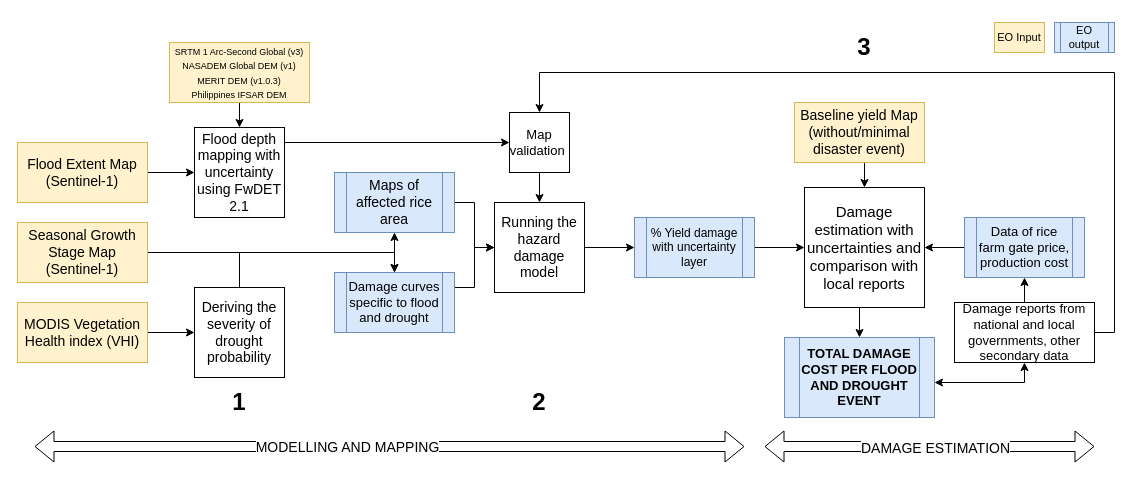
The draw.io diagram fd.drawio in arnanaraza/diagrams, before the edit. Source tidied: cells renumbered, new cells numbered last; positions are measured from the earlier drawing's top-left corner, leaving out a move shared by most shapes. Both pictures are drawn from the tidied source at 100%, with x=0, y=0 at pixel (17, 22).
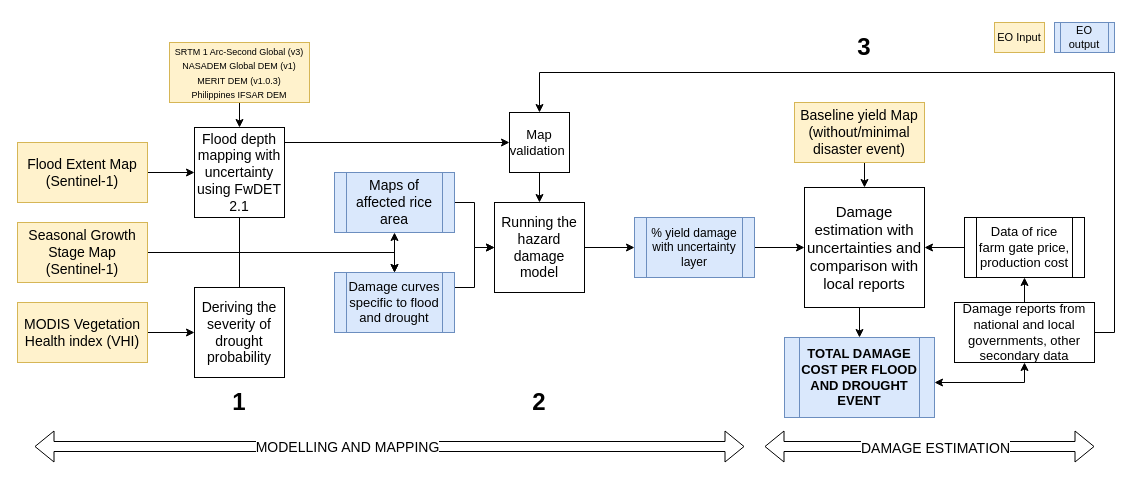
The same page after the edit.

Unchanged cells that the change refers to:
```xml
<mxCell id="14" value="&lt;font style=&quot;font-size: 14px;&quot;&gt;Flood depth mapping with uncertainty using FwDET 2.1&lt;/font&gt;" style="whiteSpace=wrap;html=1;" parent="1" vertex="1">
  <mxGeometry x="177" y="105" width="90" height="90" as="geometry" />
</mxCell>
<mxCell id="18" value="&lt;font style=&quot;font-size: 14px;&quot;&gt;Deriving the severity of drought probability&lt;/font&gt;" style="whiteSpace=wrap;html=1;" parent="1" vertex="1">
  <mxGeometry x="177" y="265" width="90" height="90" as="geometry" />
</mxCell>
```

Change to the diagram source:
```diff
@@
+    <mxCell id="45" style="edgeStyle=orthogonalEdgeStyle;rounded=0;jettySize=auto;html=1;exitX=0.5;exitY=1;exitDx=0;exitDy=0;entryX=0.5;entryY=0;entryDx=0;entryDy=0;endArrow=none;endFill=0;" parent="1" edge="1" source="14" target="18">
+      <mxGeometry relative="1" as="geometry" />
+    </mxCell>
@@
-    <mxCell id="22" value="&lt;font&gt;% Yield damage with uncertainty layer&lt;/font&gt;" style="shape=process;whiteSpace=wrap;html=1;backgroundOutline=1;fillColor=#dae8fc;strokeColor=#6c8ebf;" parent="1" vertex="1">
+    <mxCell id="22" value="&lt;font&gt;% yield damage with uncertainty layer&lt;/font&gt;" style="shape=process;whiteSpace=wrap;html=1;backgroundOutline=1;fillColor=#dae8fc;strokeColor=#6c8ebf;" parent="1" vertex="1">
       <mxGeometry x="617" y="195" width="120" height="60" as="geometry" />
     </mxCell>
@@
-    <mxCell id="32" value="&lt;font style=&quot;font-size: 13px;&quot;&gt;Data of rice farm gate price, production cost&lt;/font&gt;" style="shape=process;whiteSpace=wrap;html=1;backgroundOutline=1;fillColor=#dae8fc;strokeColor=#6c8ebf;" parent="1" vertex="1">
+    <mxCell id="32" value="&lt;font style=&quot;font-size: 13px;&quot;&gt;Data of rice farm gate price, production cost&lt;/font&gt;" style="shape=process;whiteSpace=wrap;html=1;backgroundOutline=1;" parent="1" vertex="1">
       <mxGeometry x="947" y="195" width="120" height="60" as="geometry" />
     </mxCell>
```
